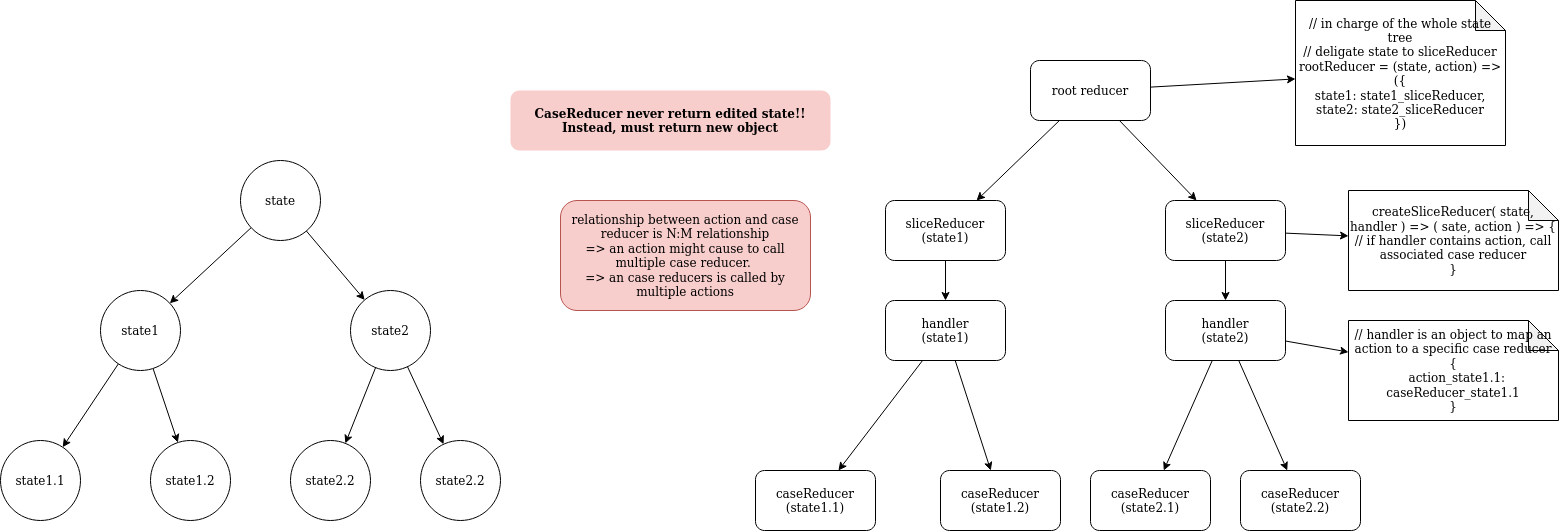
stsiwo/react_redux_concept keeps this draw.io diagram as reducer_logic.png. Above is the earlier version. Source tidied: cells renumbered, new cells last; positions are measured from the earlier drawing's top-left corner, leaving out a move shared by most shapes.
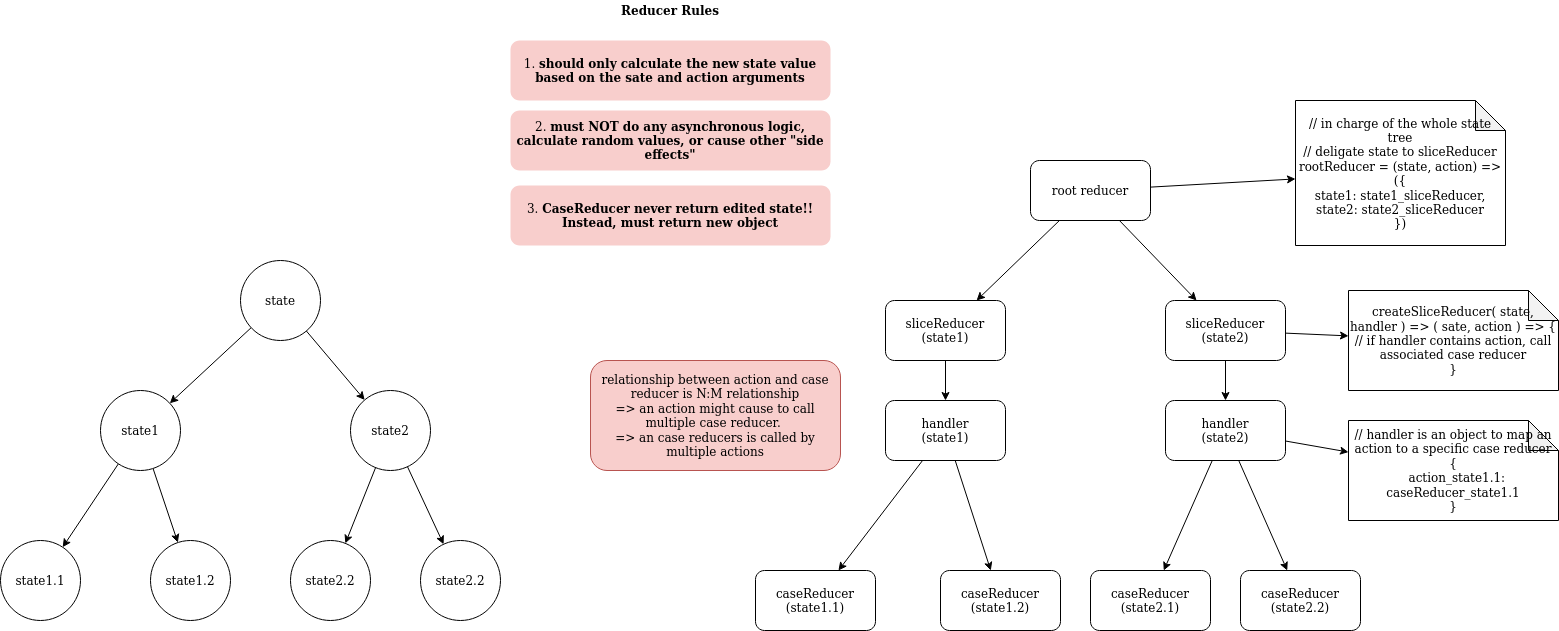
Above is the later version.

Change to the diagram source:
```diff
@@ -111,10 +111,19 @@
       <mxGeometry x="1240" y="470" width="120" height="60" as="geometry" />
     </mxCell>
     <mxCell id="38" value="relationship between action and case reducer is N:M relationship&lt;br&gt;=&amp;gt; an action might cause to call multiple case reducer.&amp;nbsp;&lt;br&gt;=&amp;gt; an case reducers is called by multiple actions&lt;br&gt;" style="rounded=1;whiteSpace=wrap;html=1;fillColor=#f8cecc;strokeColor=#b85450;" parent="1" vertex="1">
-      <mxGeometry x="560" y="200" width="250" height="110" as="geometry" />
+      <mxGeometry x="590" y="260" width="250" height="110" as="geometry" />
     </mxCell>
-    <mxCell id="39" value="&lt;b&gt;CaseReducer never return edited state!! Instead, must return new object&lt;/b&gt;" style="rounded=1;whiteSpace=wrap;html=1;fillColor=#f8cecc;strokeColor=none;" parent="1" vertex="1">
-      <mxGeometry x="510" y="90" width="320" height="60" as="geometry" />
+    <mxCell id="39" value="3. &lt;b&gt;CaseReducer never return edited state!! Instead, must return new object&lt;/b&gt;" style="rounded=1;whiteSpace=wrap;html=1;fillColor=#f8cecc;strokeColor=none;" parent="1" vertex="1">
+      <mxGeometry x="510" y="85" width="320" height="60" as="geometry" />
     </mxCell>
+    <mxCell id="40" value="2. &lt;b&gt;must NOT do any asynchronous logic, calculate random values, or cause other &quot;side effects&quot;&lt;/b&gt;" style="rounded=1;whiteSpace=wrap;html=1;fillColor=#f8cecc;strokeColor=none;" parent="1" vertex="1">
+      <mxGeometry x="510" y="10" width="320" height="60" as="geometry" />
+    </mxCell>
+    <mxCell id="41" value="1. &lt;b&gt;should only calculate the new state value based on the sate and action arguments&lt;/b&gt;" style="rounded=1;whiteSpace=wrap;html=1;fillColor=#f8cecc;strokeColor=none;" parent="1" vertex="1">
+      <mxGeometry x="510" y="-60" width="320" height="60" as="geometry" />
+    </mxCell>
+    <mxCell id="42" value="&lt;b&gt;Reducer Rules&lt;/b&gt;" style="text;html=1;strokeColor=none;fillColor=none;align=center;verticalAlign=middle;whiteSpace=wrap;rounded=0;" parent="1" vertex="1">
+      <mxGeometry x="605" y="-100" width="130" height="20" as="geometry" />
+    </mxCell>
   </root>
 </mxGraphModel>
```
